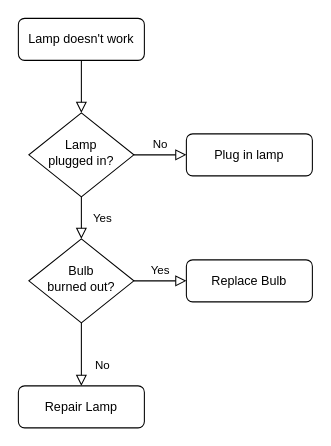
Before: method_arch.drawio in dxin66/draw-files, a draw.io diagram. Source tidied: cells renumbered, new cells numbered last; positions are measured from the earlier drawing's top-left corner, leaving out a move shared by most shapes. Both pictures are drawn from the tidied source at 105%, with x=0, y=0 at pixel (18, 18).
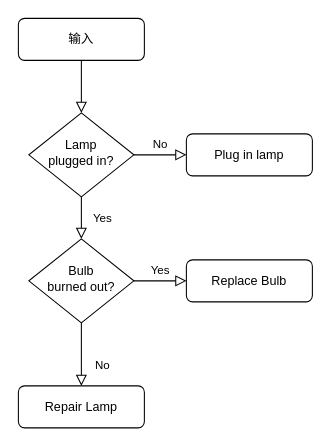
The same page after the edit.

What changed in the source:
```diff
@@
 <mxGraphModel>
   <root>
     <mxCell id="0" />
     <mxCell id="1" parent="0" />
     <mxCell id="2" style="rounded=0;html=1;jettySize=auto;fontSize=11;endArrow=block;endFill=0;endSize=8;strokeWidth=1;shadow=0;labelBackgroundColor=none;edgeStyle=orthogonalEdgeStyle;" parent="1" edge="1" source="3" target="6">
       <mxGeometry relative="1" as="geometry" />
     </mxCell>
-    <mxCell id="3" value="Lamp doesn't work" style="rounded=1;whiteSpace=wrap;html=1;fontSize=12;glass=0;strokeWidth=1;shadow=0;" parent="1" vertex="1">
+    <mxCell id="3" value="输入" style="rounded=1;whiteSpace=wrap;html=1;fontSize=12;glass=0;strokeWidth=1;shadow=0;" parent="1" vertex="1">
       <mxGeometry width="120" height="40" as="geometry" />
     </mxCell>
     <mxCell id="4" value="Yes" style="rounded=0;html=1;jettySize=auto;fontSize=11;endArrow=block;endFill=0;endSize=8;strokeWidth=1;shadow=0;labelBackgroundColor=none;edgeStyle=orthogonalEdgeStyle;" parent="1" edge="1" source="6" target="10">
       <mxGeometry y="20" relative="1" as="geometry" />
     </mxCell>
     <mxCell id="5" value="No" style="edgeStyle=orthogonalEdgeStyle;rounded=0;html=1;jettySize=auto;fontSize=11;endArrow=block;endFill=0;endSize=8;strokeWidth=1;shadow=0;labelBackgroundColor=none;" parent="1" edge="1" source="6" target="7">
       <mxGeometry y="10" relative="1" as="geometry" />
     </mxCell>
     <mxCell id="6" value="Lamp&lt;br&gt;plugged in?" style="rhombus;whiteSpace=wrap;html=1;shadow=0;fontFamily=Helvetica;fontSize=12;align=center;strokeWidth=1;spacing=6;spacingTop=-4;" parent="1" vertex="1">
       <mxGeometry x="10" y="90" width="100" height="80" as="geometry" />
     </mxCell>
     <mxCell id="7" value="Plug in lamp" style="rounded=1;whiteSpace=wrap;html=1;fontSize=12;glass=0;strokeWidth=1;shadow=0;" parent="1" vertex="1">
       <mxGeometry x="160" y="110" width="120" height="40" as="geometry" />
     </mxCell>
     <mxCell id="8" value="No" style="rounded=0;html=1;jettySize=auto;fontSize=11;endArrow=block;endFill=0;endSize=8;strokeWidth=1;shadow=0;labelBackgroundColor=none;edgeStyle=orthogonalEdgeStyle;" parent="1" edge="1" source="10" target="11">
       <mxGeometry x="0.33" y="20" relative="1" as="geometry" />
     </mxCell>
     <mxCell id="9" value="Yes" style="edgeStyle=orthogonalEdgeStyle;rounded=0;html=1;jettySize=auto;fontSize=11;endArrow=block;endFill=0;endSize=8;strokeWidth=1;shadow=0;labelBackgroundColor=none;" parent="1" edge="1" source="10" target="12">
       <mxGeometry y="10" relative="1" as="geometry" />
     </mxCell>
     <mxCell id="10" value="Bulb&lt;br&gt;burned out?" style="rhombus;whiteSpace=wrap;html=1;shadow=0;fontFamily=Helvetica;fontSize=12;align=center;strokeWidth=1;spacing=6;spacingTop=-4;" parent="1" vertex="1">
       <mxGeometry x="10" y="210" width="100" height="80" as="geometry" />
     </mxCell>
     <mxCell id="11" value="Repair Lamp" style="rounded=1;whiteSpace=wrap;html=1;fontSize=12;glass=0;strokeWidth=1;shadow=0;" parent="1" vertex="1">
       <mxGeometry y="350" width="120" height="40" as="geometry" />
     </mxCell>
     <mxCell id="12" value="Replace Bulb" style="rounded=1;whiteSpace=wrap;html=1;fontSize=12;glass=0;strokeWidth=1;shadow=0;" parent="1" vertex="1">
       <mxGeometry x="160" y="230" width="120" height="40" as="geometry" />
     </mxCell>
   </root>
 </mxGraphModel>
```
